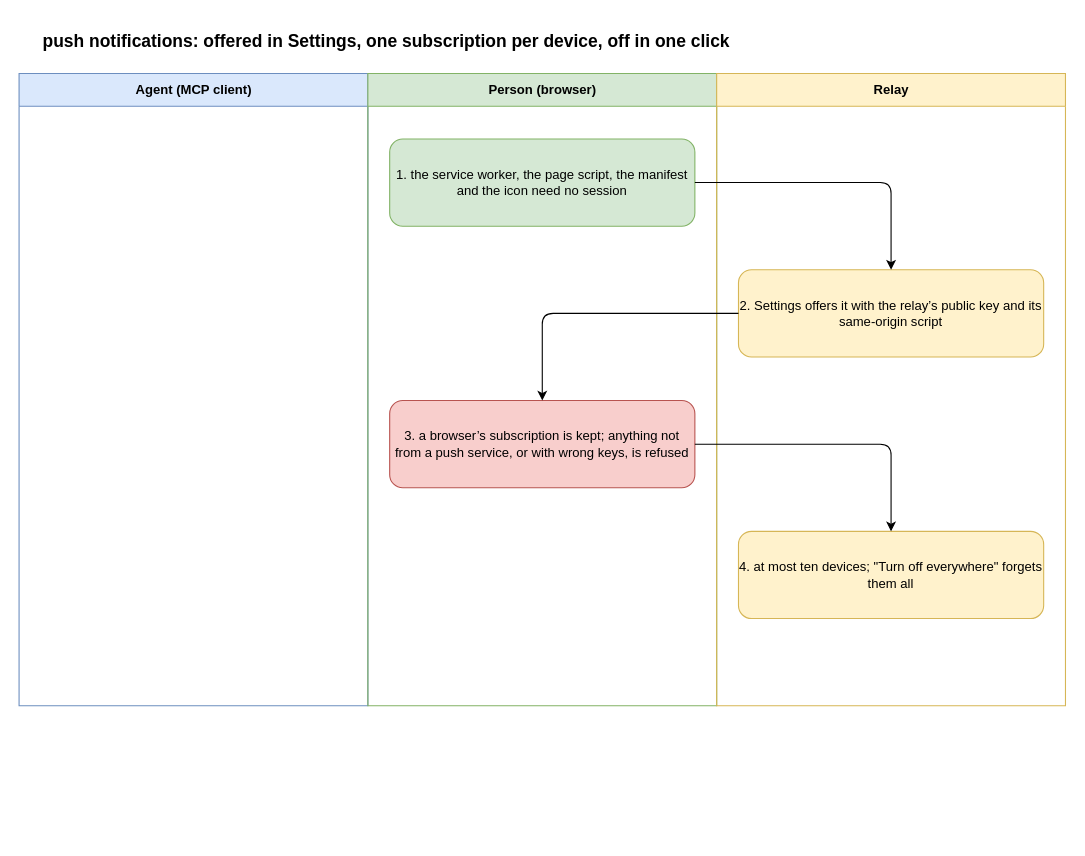
Above: docs/flows/push.drawio in gizemsoylutr/klatsch (draw.io), before the change. Source tidied: cells renumbered, new cells numbered last; positions are measured from the earlier drawing's top-left corner, leaving out a move shared by most shapes. Both pictures are drawn from the tidied source at 109%, with x=0, y=0 at pixel (19, 19).
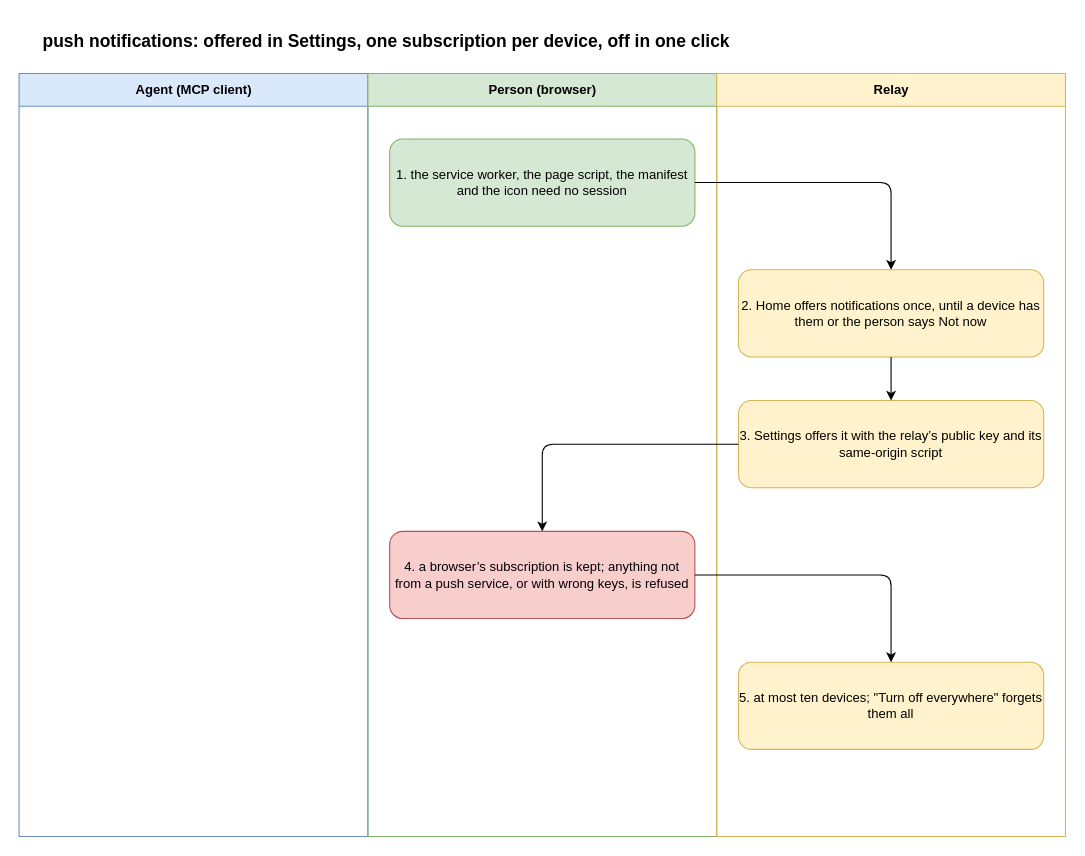
Above is the later version.

Diff of the diagram source:
```diff
@@
 <mxGraphModel>
   <root>
     <mxCell id="0" />
     <mxCell id="1" parent="0" />
     <mxCell id="2" value="push notifications: offered in Settings, one subscription per device, off in one click" style="text;html=1;fontSize=16;fontStyle=1;align=left;verticalAlign=middle;whiteSpace=wrap;" parent="1" vertex="1">
       <mxGeometry x="20" width="920" height="40" as="geometry" />
     </mxCell>
     <mxCell id="3" value="Agent (MCP client)" style="swimlane;html=1;startSize=30;fillColor=#dae8fc;strokeColor=#6c8ebf;swimlaneFillColor=none;" parent="1" vertex="1">
-      <mxGeometry y="50" width="320" height="580" as="geometry" />
+      <mxGeometry y="50" width="320" height="700" as="geometry" />
     </mxCell>
     <mxCell id="4" value="Person (browser)" style="swimlane;html=1;startSize=30;fillColor=#d5e8d4;strokeColor=#82b366;swimlaneFillColor=none;" parent="1" vertex="1">
-      <mxGeometry x="320" y="50" width="320" height="580" as="geometry" />
+      <mxGeometry x="320" y="50" width="320" height="700" as="geometry" />
     </mxCell>
     <mxCell id="5" value="Relay" style="swimlane;html=1;startSize=30;fillColor=#fff2cc;strokeColor=#d6b656;swimlaneFillColor=none;" parent="1" vertex="1">
-      <mxGeometry x="640" y="50" width="320" height="580" as="geometry" />
+      <mxGeometry x="640" y="50" width="320" height="700" as="geometry" />
     </mxCell>
     <mxCell id="6" value="1. the service worker, the page script, the manifest and the icon need no session" style="rounded=1;whiteSpace=wrap;html=1;fillColor=#d5e8d4;strokeColor=#82b366;fontSize=12;" parent="1" vertex="1">
       <mxGeometry x="340" y="110" width="280" height="80" as="geometry" />
     </mxCell>
-    <mxCell id="7" value="2. Settings offers it with the relay’s public key and its same-origin script" style="rounded=1;whiteSpace=wrap;html=1;fillColor=#fff2cc;strokeColor=#d6b656;fontSize=12;" parent="1" vertex="1">
+    <mxCell id="7" value="2. Home offers notifications once, until a device has them or the person says Not now" style="rounded=1;whiteSpace=wrap;html=1;fillColor=#fff2cc;strokeColor=#d6b656;fontSize=12;" parent="1" vertex="1">
       <mxGeometry x="660" y="230" width="280" height="80" as="geometry" />
     </mxCell>
     <mxCell id="8" style="edgeStyle=orthogonalEdgeStyle;rounded=1;html=1;endArrow=classic;" parent="1" edge="1" source="6" target="7">
       <mxGeometry relative="1" as="geometry" />
     </mxCell>
-    <mxCell id="9" value="3. a browser’s subscription is kept; anything not from a push service, or with wrong keys, is refused" style="rounded=1;whiteSpace=wrap;html=1;fillColor=#f8cecc;strokeColor=#b85450;fontSize=12;" parent="1" vertex="1">
-      <mxGeometry x="340" y="350" width="280" height="80" as="geometry" />
+    <mxCell id="9" value="3. Settings offers it with the relay’s public key and its same-origin script" style="rounded=1;whiteSpace=wrap;html=1;fillColor=#fff2cc;strokeColor=#d6b656;fontSize=12;" parent="1" vertex="1">
+      <mxGeometry x="660" y="350" width="280" height="80" as="geometry" />
     </mxCell>
     <mxCell id="10" style="edgeStyle=orthogonalEdgeStyle;rounded=1;html=1;endArrow=classic;" parent="1" edge="1" source="7" target="9">
       <mxGeometry relative="1" as="geometry" />
     </mxCell>
-    <mxCell id="11" value="4. at most ten devices; &quot;Turn off everywhere&quot; forgets them all" style="rounded=1;whiteSpace=wrap;html=1;fillColor=#fff2cc;strokeColor=#d6b656;fontSize=12;" parent="1" vertex="1">
-      <mxGeometry x="660" y="470" width="280" height="80" as="geometry" />
+    <mxCell id="11" value="4. a browser’s subscription is kept; anything not from a push service, or with wrong keys, is refused" style="rounded=1;whiteSpace=wrap;html=1;fillColor=#f8cecc;strokeColor=#b85450;fontSize=12;" parent="1" vertex="1">
+      <mxGeometry x="340" y="470" width="280" height="80" as="geometry" />
     </mxCell>
     <mxCell id="12" style="edgeStyle=orthogonalEdgeStyle;rounded=1;html=1;endArrow=classic;" parent="1" edge="1" source="9" target="11">
       <mxGeometry relative="1" as="geometry" />
     </mxCell>
+    <mxCell id="13" value="5. at most ten devices; &quot;Turn off everywhere&quot; forgets them all" style="rounded=1;whiteSpace=wrap;html=1;fillColor=#fff2cc;strokeColor=#d6b656;fontSize=12;" parent="1" vertex="1">
+      <mxGeometry x="660" y="590" width="280" height="80" as="geometry" />
+    </mxCell>
+    <mxCell id="14" style="edgeStyle=orthogonalEdgeStyle;rounded=1;html=1;endArrow=classic;" parent="1" edge="1" source="11" target="13">
+      <mxGeometry relative="1" as="geometry" />
+    </mxCell>
   </root>
 </mxGraphModel>
```
